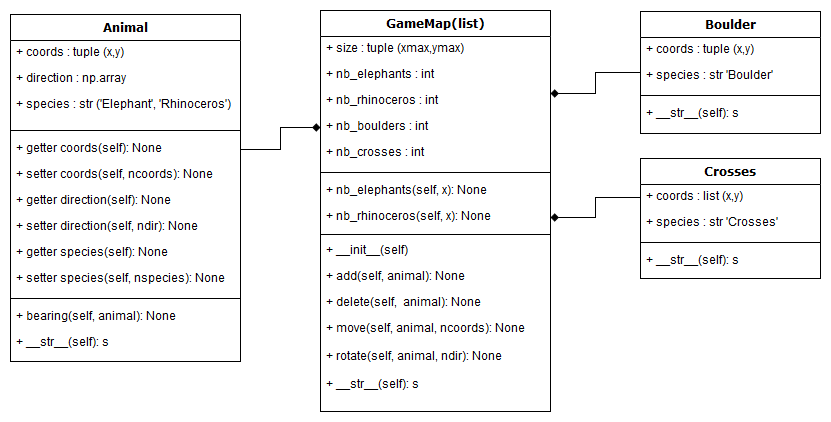
The draw.io diagram Files/Siam.png in Teusner/Siam_Realm, before a commit. Source tidied: cells renumbered, new cells last; positions are measured from the earlier drawing's top-left corner, leaving out a move shared by most shapes.
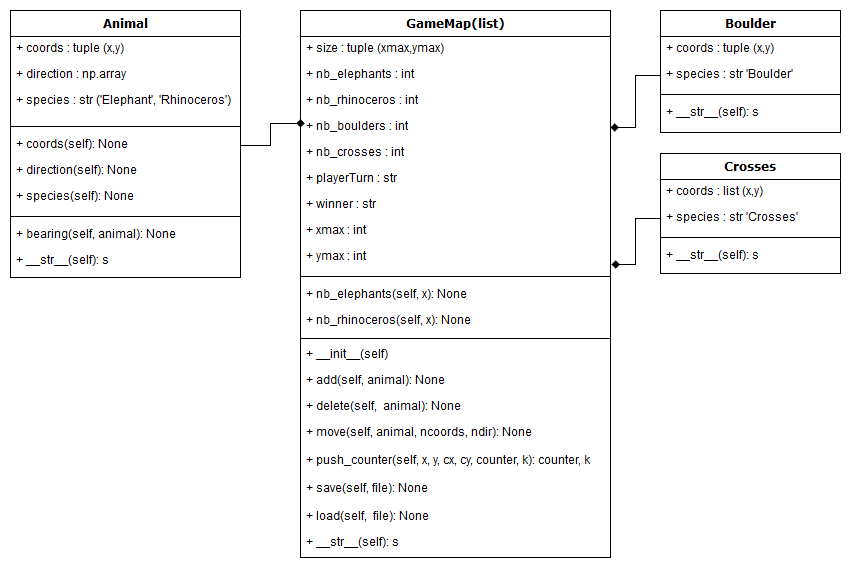
The same diagram one commit later.

Change to the diagram source:
```diff
@@ -3,7 +3,7 @@
     <mxCell id="0" />
     <mxCell id="1" parent="0" />
     <mxCell id="2" value="Animal" style="swimlane;html=1;fontStyle=1;align=center;verticalAlign=top;horizontal=1;startSize=26;swimlaneFillColor=#ffffff;rounded=0;shadow=0;comic=0;labelBackgroundColor=none;strokeColor=#000000;strokeWidth=1;fillColor=none;fontFamily=Verdana;fontSize=12;fontColor=#000000;" parent="1" vertex="1">
-      <mxGeometry y="4" width="230" height="347" as="geometry" />
+      <mxGeometry y="4" width="230" height="267" as="geometry" />
     </mxCell>
     <mxCell id="3" value="+ coords : tuple (x,y)" style="text;html=1;strokeColor=none;fillColor=none;align=left;verticalAlign=top;spacingLeft=4;spacingRight=4;whiteSpace=wrap;overflow=hidden;" parent="2" vertex="1">
       <mxGeometry y="26" width="230" height="26" as="geometry" />
@@ -17,86 +17,92 @@
     <mxCell id="6" style="line;html=1;strokeWidth=1;fillColor=none;align=left;verticalAlign=middle;spacingTop=-1;spacingLeft=3;spacingRight=3;labelPosition=right;" parent="2" vertex="1">
       <mxGeometry y="110" width="230" height="12" as="geometry" />
     </mxCell>
-    <mxCell id="7" value="+ getter coords(self): None" style="text;html=1;strokeColor=none;fillColor=none;align=left;verticalAlign=top;spacingLeft=4;spacingRight=4;whiteSpace=wrap;overflow=hidden;points=[[0,0.5],[1,0.5]];portConstraint=eastwest;" parent="2" vertex="1">
-      <mxGeometry y="122" width="230" height="26" as="geometry" />
-    </mxCell>
-    <mxCell id="8" value="+ setter coords(self, ncoords): None" style="text;html=1;strokeColor=none;fillColor=none;align=left;verticalAlign=top;spacingLeft=4;spacingRight=4;whiteSpace=wrap;overflow=hidden;" parent="2" vertex="1">
-      <mxGeometry y="148" width="230" height="26" as="geometry" />
+    <mxCell id="8" value="+ coords(self): None" style="text;html=1;strokeColor=none;fillColor=none;align=left;verticalAlign=top;spacingLeft=4;spacingRight=4;whiteSpace=wrap;overflow=hidden;" parent="2" vertex="1">
+      <mxGeometry y="122" width="230" height="26" as="geometry" />
     </mxCell>
-    <mxCell id="9" value="+ getter direction(self): None" style="text;html=1;strokeColor=none;fillColor=none;align=left;verticalAlign=top;spacingLeft=4;spacingRight=4;whiteSpace=wrap;overflow=hidden;" parent="2" vertex="1">
-      <mxGeometry y="174" width="230" height="26" as="geometry" />
-    </mxCell>
-    <mxCell id="10" value="+ setter direction(self, ndir): None" style="text;html=1;strokeColor=none;fillColor=none;align=left;verticalAlign=top;spacingLeft=4;spacingRight=4;whiteSpace=wrap;overflow=hidden;" parent="2" vertex="1">
-      <mxGeometry y="200" width="230" height="26" as="geometry" />
+    <mxCell id="10" value="+ direction(self): None" style="text;html=1;strokeColor=none;fillColor=none;align=left;verticalAlign=top;spacingLeft=4;spacingRight=4;whiteSpace=wrap;overflow=hidden;" parent="2" vertex="1">
+      <mxGeometry y="148" width="230" height="26" as="geometry" />
     </mxCell>
-    <mxCell id="11" value="+ getter species(self): None" style="text;html=1;strokeColor=none;fillColor=none;align=left;verticalAlign=top;spacingLeft=4;spacingRight=4;whiteSpace=wrap;overflow=hidden;" parent="2" vertex="1">
-      <mxGeometry y="226" width="230" height="26" as="geometry" />
-    </mxCell>
-    <mxCell id="12" value="+ setter species(self, nspecies): None" style="text;html=1;strokeColor=none;fillColor=none;align=left;verticalAlign=top;spacingLeft=4;spacingRight=4;whiteSpace=wrap;overflow=hidden;" parent="2" vertex="1">
-      <mxGeometry y="252" width="230" height="26" as="geometry" />
+    <mxCell id="12" value="+ species(self): None" style="text;html=1;strokeColor=none;fillColor=none;align=left;verticalAlign=top;spacingLeft=4;spacingRight=4;whiteSpace=wrap;overflow=hidden;" parent="2" vertex="1">
+      <mxGeometry y="174" width="230" height="26" as="geometry" />
     </mxCell>
     <mxCell id="13" style="line;html=1;strokeWidth=1;fillColor=none;align=left;verticalAlign=middle;spacingTop=-1;spacingLeft=3;spacingRight=3;labelPosition=right;" parent="2" vertex="1">
-      <mxGeometry y="278" width="230" height="12" as="geometry" />
+      <mxGeometry y="200" width="230" height="12" as="geometry" />
     </mxCell>
     <mxCell id="14" value="+ bearing(self, animal): None" style="text;html=1;strokeColor=none;fillColor=none;align=left;verticalAlign=top;spacingLeft=4;spacingRight=4;whiteSpace=wrap;overflow=hidden;" parent="2" vertex="1">
-      <mxGeometry y="290" width="230" height="26" as="geometry" />
+      <mxGeometry y="212" width="230" height="26" as="geometry" />
     </mxCell>
     <mxCell id="15" value="+ __str__(self): s" style="text;html=1;strokeColor=none;fillColor=none;align=left;verticalAlign=top;spacingLeft=4;spacingRight=4;whiteSpace=wrap;overflow=hidden;" parent="2" vertex="1">
-      <mxGeometry y="316" width="230" height="26" as="geometry" />
+      <mxGeometry y="238" width="230" height="26" as="geometry" />
     </mxCell>
     <mxCell id="16" value="GameMap(list)" style="swimlane;html=1;fontStyle=1;align=center;verticalAlign=top;horizontal=1;startSize=26;swimlaneFillColor=#ffffff;rounded=0;shadow=0;comic=0;labelBackgroundColor=none;strokeColor=#000000;strokeWidth=1;fillColor=none;fontFamily=Verdana;fontSize=12;fontColor=#000000;" parent="1" vertex="1">
-      <mxGeometry x="310" width="230" height="401" as="geometry" />
+      <mxGeometry x="290" y="4" width="310" height="547" as="geometry" />
     </mxCell>
     <mxCell id="17" value="+ size : tuple (xmax,ymax)" style="text;html=1;strokeColor=none;fillColor=none;align=left;verticalAlign=top;spacingLeft=4;spacingRight=4;whiteSpace=wrap;overflow=hidden;" parent="16" vertex="1">
-      <mxGeometry y="26" width="230" height="26" as="geometry" />
+      <mxGeometry y="26" width="310" height="26" as="geometry" />
     </mxCell>
     <mxCell id="18" value="+ nb_elephants : int&lt;br&gt;" style="text;html=1;strokeColor=none;fillColor=none;align=left;verticalAlign=top;spacingLeft=4;spacingRight=4;whiteSpace=wrap;overflow=hidden;points=[[0,0.5],[1,0.5]];portConstraint=eastwest;" parent="16" vertex="1">
-      <mxGeometry y="52" width="230" height="26" as="geometry" />
+      <mxGeometry y="52" width="310" height="26" as="geometry" />
     </mxCell>
     <mxCell id="19" value="+ nb_rhinoceros : int" style="text;html=1;strokeColor=none;fillColor=none;align=left;verticalAlign=top;spacingLeft=4;spacingRight=4;whiteSpace=wrap;overflow=hidden;" parent="16" vertex="1">
-      <mxGeometry y="78" width="230" height="26" as="geometry" />
+      <mxGeometry y="78" width="310" height="26" as="geometry" />
     </mxCell>
     <mxCell id="20" value="+ nb_boulders : int" style="text;html=1;strokeColor=none;fillColor=none;align=left;verticalAlign=top;spacingLeft=4;spacingRight=4;whiteSpace=wrap;overflow=hidden;points=[[0,0.5],[1,0.5]];portConstraint=eastwest;" parent="16" vertex="1">
-      <mxGeometry y="104" width="230" height="26" as="geometry" />
+      <mxGeometry y="104" width="310" height="26" as="geometry" />
     </mxCell>
     <mxCell id="21" value="+ nb_crosses : int" style="text;html=1;strokeColor=none;fillColor=none;align=left;verticalAlign=top;spacingLeft=4;spacingRight=4;whiteSpace=wrap;overflow=hidden;" parent="16" vertex="1">
-      <mxGeometry y="130" width="230" height="26" as="geometry" />
+      <mxGeometry y="130" width="310" height="26" as="geometry" />
     </mxCell>
+    <mxCell id="45" value="+ playerTurn : str" style="text;html=1;strokeColor=none;fillColor=none;align=left;verticalAlign=top;spacingLeft=4;spacingRight=4;whiteSpace=wrap;overflow=hidden;" parent="16" vertex="1">
+      <mxGeometry y="156" width="310" height="26" as="geometry" />
+    </mxCell>
+    <mxCell id="46" value="+ winner : str" style="text;html=1;strokeColor=none;fillColor=none;align=left;verticalAlign=top;spacingLeft=4;spacingRight=4;whiteSpace=wrap;overflow=hidden;" parent="16" vertex="1">
+      <mxGeometry y="182" width="310" height="26" as="geometry" />
+    </mxCell>
+    <mxCell id="47" value="+ xmax : int" style="text;html=1;strokeColor=none;fillColor=none;align=left;verticalAlign=top;spacingLeft=4;spacingRight=4;whiteSpace=wrap;overflow=hidden;" parent="16" vertex="1">
+      <mxGeometry y="208" width="310" height="26" as="geometry" />
+    </mxCell>
+    <mxCell id="48" value="+ ymax : int" style="text;html=1;strokeColor=none;fillColor=none;align=left;verticalAlign=top;spacingLeft=4;spacingRight=4;whiteSpace=wrap;overflow=hidden;points=[[0,0.5],[1,0.5]];portConstraint=eastwest;" parent="16" vertex="1">
+      <mxGeometry y="234" width="310" height="26" as="geometry" />
+    </mxCell>
     <mxCell id="22" style="line;html=1;strokeWidth=1;fillColor=none;align=left;verticalAlign=middle;spacingTop=-1;spacingLeft=3;spacingRight=3;labelPosition=right;" parent="16" vertex="1">
-      <mxGeometry y="156" width="230" height="12" as="geometry" />
+      <mxGeometry y="260" width="310" height="12" as="geometry" />
     </mxCell>
     <mxCell id="23" value="+ nb_elephants(self, x): None" style="text;html=1;strokeColor=none;fillColor=none;align=left;verticalAlign=top;spacingLeft=4;spacingRight=4;whiteSpace=wrap;overflow=hidden;" parent="16" vertex="1">
-      <mxGeometry y="168" width="230" height="26" as="geometry" />
+      <mxGeometry y="272" width="310" height="26" as="geometry" />
     </mxCell>
     <mxCell id="24" value="+ nb_rhinoceros(self, x): None" style="text;html=1;strokeColor=none;fillColor=none;align=left;verticalAlign=top;spacingLeft=4;spacingRight=4;whiteSpace=wrap;overflow=hidden;points=[[0,0.5],[1,0.5]];portConstraint=eastwest;" parent="16" vertex="1">
-      <mxGeometry y="194" width="230" height="26" as="geometry" />
+      <mxGeometry y="298" width="310" height="26" as="geometry" />
     </mxCell>
     <mxCell id="25" style="line;html=1;strokeWidth=1;fillColor=none;align=left;verticalAlign=middle;spacingTop=-1;spacingLeft=3;spacingRight=3;labelPosition=right;" parent="16" vertex="1">
-      <mxGeometry y="220" width="230" height="8" as="geometry" />
+      <mxGeometry y="324" width="310" height="8" as="geometry" />
     </mxCell>
     <mxCell id="26" value="+ __init__(self)" style="text;html=1;strokeColor=none;fillColor=none;align=left;verticalAlign=top;spacingLeft=4;spacingRight=4;whiteSpace=wrap;overflow=hidden;" parent="16" vertex="1">
-      <mxGeometry y="228" width="230" height="26" as="geometry" />
+      <mxGeometry y="332" width="310" height="26" as="geometry" />
     </mxCell>
     <mxCell id="27" value="+ add(self, animal): None" style="text;html=1;strokeColor=none;fillColor=none;align=left;verticalAlign=top;spacingLeft=4;spacingRight=4;whiteSpace=wrap;overflow=hidden;" parent="16" vertex="1">
-      <mxGeometry y="254" width="230" height="26" as="geometry" />
+      <mxGeometry y="358" width="310" height="26" as="geometry" />
     </mxCell>
     <mxCell id="28" value="+ delete(self,&amp;nbsp; animal): None" style="text;html=1;strokeColor=none;fillColor=none;align=left;verticalAlign=top;spacingLeft=4;spacingRight=4;whiteSpace=wrap;overflow=hidden;" parent="16" vertex="1">
-      <mxGeometry y="280" width="230" height="26" as="geometry" />
+      <mxGeometry y="384" width="310" height="26" as="geometry" />
     </mxCell>
+    <mxCell id="49" value="+ move(self, animal, ncoords, ndir): None" style="text;html=1;strokeColor=none;fillColor=none;align=left;verticalAlign=top;spacingLeft=4;spacingRight=4;whiteSpace=wrap;overflow=hidden;" parent="16" vertex="1">
+      <mxGeometry y="410" width="310" height="28" as="geometry" />
+    </mxCell>
-    <mxCell id="29" value="+ move(self, animal, ncoords): None" style="text;html=1;strokeColor=none;fillColor=none;align=left;verticalAlign=top;spacingLeft=4;spacingRight=4;whiteSpace=wrap;overflow=hidden;" parent="16" vertex="1">
-      <mxGeometry y="306" width="230" height="28" as="geometry" />
+    <mxCell id="29" value="+ push_counter(self, x, y, cx, cy, counter, k): counter, k" style="text;html=1;strokeColor=none;fillColor=none;align=left;verticalAlign=top;spacingLeft=4;spacingRight=4;whiteSpace=wrap;overflow=hidden;" parent="16" vertex="1">
+      <mxGeometry y="438" width="310" height="28" as="geometry" />
     </mxCell>
-    <mxCell id="30" value="+ rotate(self, animal, ndir): None" style="text;html=1;strokeColor=none;fillColor=none;align=left;verticalAlign=top;spacingLeft=4;spacingRight=4;whiteSpace=wrap;overflow=hidden;" parent="16" vertex="1">
-      <mxGeometry y="334" width="230" height="28" as="geometry" />
+    <mxCell id="30" value="+ save(self, file): None" style="text;html=1;strokeColor=none;fillColor=none;align=left;verticalAlign=top;spacingLeft=4;spacingRight=4;whiteSpace=wrap;overflow=hidden;" parent="16" vertex="1">
+      <mxGeometry y="466" width="310" height="28" as="geometry" />
     </mxCell>
+    <mxCell id="50" value="+ load(self,&amp;nbsp; file): None" style="text;html=1;strokeColor=none;fillColor=none;align=left;verticalAlign=top;spacingLeft=4;spacingRight=4;whiteSpace=wrap;overflow=hidden;" parent="16" vertex="1">
+      <mxGeometry y="494" width="310" height="26" as="geometry" />
+    </mxCell>
     <mxCell id="31" value="+ __str__(self): s" style="text;html=1;strokeColor=none;fillColor=none;align=left;verticalAlign=top;spacingLeft=4;spacingRight=4;whiteSpace=wrap;overflow=hidden;" parent="16" vertex="1">
-      <mxGeometry y="362" width="230" height="26" as="geometry" />
+      <mxGeometry y="520" width="310" height="26" as="geometry" />
     </mxCell>
-    <mxCell id="32" style="edgeStyle=orthogonalEdgeStyle;rounded=0;jettySize=auto;html=1;exitX=0;exitY=0.5;exitDx=0;exitDy=0;endArrow=diamond;endFill=1;entryX=1;entryY=1.192;entryDx=0;entryDy=0;entryPerimeter=0;" parent="1" edge="1" source="33" target="18">
-      <mxGeometry relative="1" as="geometry" />
-    </mxCell>
     <mxCell id="33" value="Boulder" style="swimlane;html=1;fontStyle=1;align=center;verticalAlign=top;horizontal=1;startSize=26;swimlaneFillColor=#ffffff;rounded=0;shadow=0;comic=0;labelBackgroundColor=none;strokeColor=#000000;strokeWidth=1;fillColor=none;fontFamily=Verdana;fontSize=12;fontColor=#000000;" parent="1" vertex="1">
-      <mxGeometry x="630" y="1" width="180" height="122" as="geometry" />
+      <mxGeometry x="650" y="4" width="180" height="122" as="geometry" />
     </mxCell>
     <mxCell id="34" value="+ coords : tuple (x,y)" style="text;html=1;strokeColor=none;fillColor=none;align=left;verticalAlign=top;spacingLeft=4;spacingRight=4;whiteSpace=wrap;overflow=hidden;" parent="33" vertex="1">
       <mxGeometry y="26" width="180" height="26" as="geometry" />
@@ -111,7 +117,7 @@
       <mxGeometry y="90" width="180" height="26" as="geometry" />
     </mxCell>
     <mxCell id="38" value="Crosses" style="swimlane;html=1;fontStyle=1;align=center;verticalAlign=top;horizontal=1;startSize=26;swimlaneFillColor=#ffffff;rounded=0;shadow=0;comic=0;labelBackgroundColor=none;strokeColor=#000000;strokeWidth=1;fillColor=none;fontFamily=Verdana;fontSize=12;fontColor=#000000;" parent="1" vertex="1">
-      <mxGeometry x="630" y="148" width="180" height="120" as="geometry" />
+      <mxGeometry x="650" y="147" width="180" height="120" as="geometry" />
     </mxCell>
     <mxCell id="39" value="+ coords : list (x,y)" style="text;html=1;strokeColor=none;fillColor=none;align=left;verticalAlign=top;spacingLeft=4;spacingRight=4;whiteSpace=wrap;overflow=hidden;points=[[0,0.5],[1,0.5]];portConstraint=eastwest;" parent="38" vertex="1">
       <mxGeometry y="26" width="180" height="26" as="geometry" />
@@ -125,16 +131,21 @@
     <mxCell id="42" value="+ __str__(self): s" style="text;html=1;strokeColor=none;fillColor=none;align=left;verticalAlign=top;spacingLeft=4;spacingRight=4;whiteSpace=wrap;overflow=hidden;" parent="38" vertex="1">
       <mxGeometry y="90" width="180" height="26" as="geometry" />
     </mxCell>
-    <mxCell id="43" style="edgeStyle=orthogonalEdgeStyle;rounded=0;jettySize=auto;html=1;exitX=0;exitY=0.5;exitDx=0;exitDy=0;entryX=1;entryY=0.5;entryDx=0;entryDy=0;endArrow=diamond;endFill=1;" parent="1" edge="1" source="39" target="24">
-      <mxGeometry relative="1" as="geometry" />
-    </mxCell>
-    <mxCell id="44" style="edgeStyle=orthogonalEdgeStyle;rounded=0;jettySize=auto;html=1;entryX=0;entryY=0.5;entryDx=0;entryDy=0;endArrow=diamond;endFill=1;exitX=1;exitY=0.5;exitDx=0;exitDy=0;" parent="1" edge="1" source="7" target="20">
+    <mxCell id="44" style="edgeStyle=orthogonalEdgeStyle;rounded=0;jettySize=auto;html=1;entryX=0;entryY=0.5;entryDx=0;entryDy=0;endArrow=diamond;endFill=1;exitX=1;exitY=0.5;exitDx=0;exitDy=0;" parent="1" edge="1" target="20">
       <mxGeometry relative="1" as="geometry">
+        <mxPoint x="230" y="139" as="sourcePoint" />
         <Array as="points">
-          <mxPoint x="270" y="139" />
-          <mxPoint x="270" y="117" />
+          <mxPoint x="260" y="139" />
+          <mxPoint x="260" y="117" />
+          <mxPoint x="290" y="117" />
         </Array>
       </mxGeometry>
     </mxCell>
+    <mxCell id="51" style="edgeStyle=orthogonalEdgeStyle;rounded=0;jettySize=auto;html=1;exitX=0;exitY=0.5;exitDx=0;exitDy=0;entryX=1;entryY=0.5;entryDx=0;entryDy=0;endArrow=diamond;endFill=1;" parent="1" edge="1" source="35" target="20">
+      <mxGeometry relative="1" as="geometry" />
+    </mxCell>
+    <mxCell id="52" style="edgeStyle=orthogonalEdgeStyle;rounded=0;jettySize=auto;html=1;exitX=0;exitY=0.5;exitDx=0;exitDy=0;entryX=1.003;entryY=0.769;entryDx=0;entryDy=0;entryPerimeter=0;endArrow=diamond;endFill=1;" parent="1" edge="1" source="40" target="48">
+      <mxGeometry relative="1" as="geometry" />
+    </mxCell>
   </root>
 </mxGraphModel>
```
